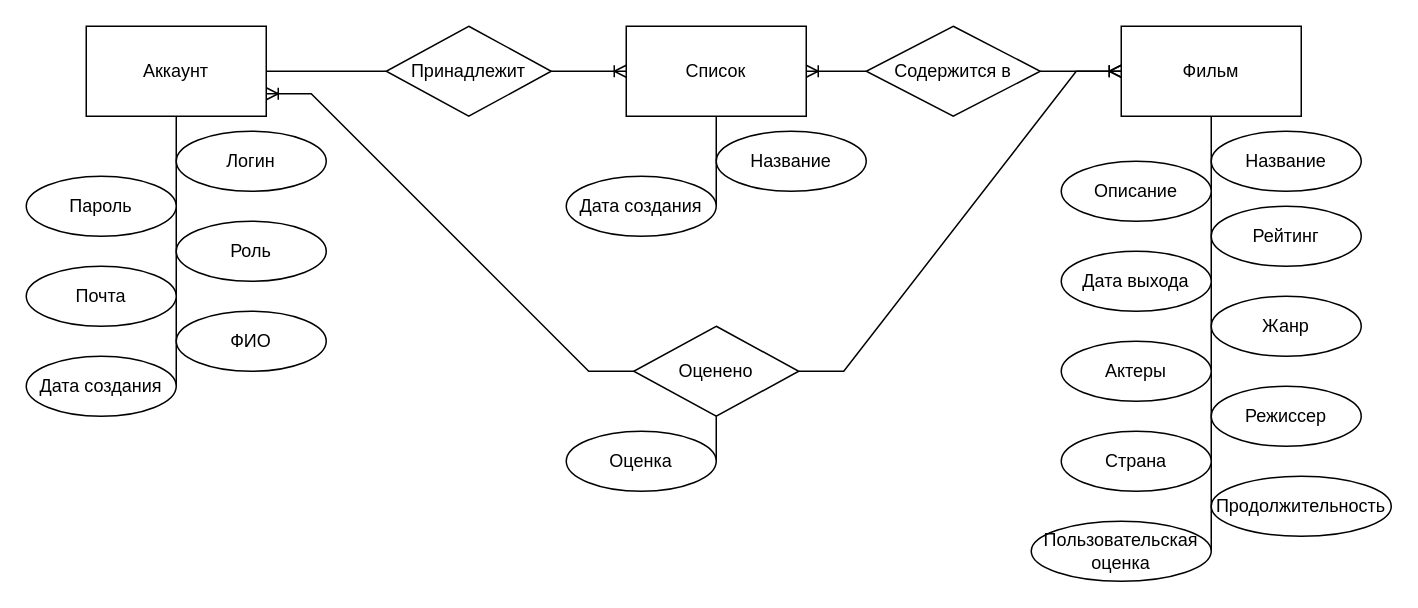
The draw.io diagram docs/img/er.drawio in SerafimKuzmin/sd, before the edit. Source tidied: cells renumbered, new cells numbered last; positions are measured from the earlier drawing's top-left corner, leaving out a move shared by most shapes. Both pictures are drawn from the tidied source at 150%, with x=0, y=0 at pixel (26, 26).
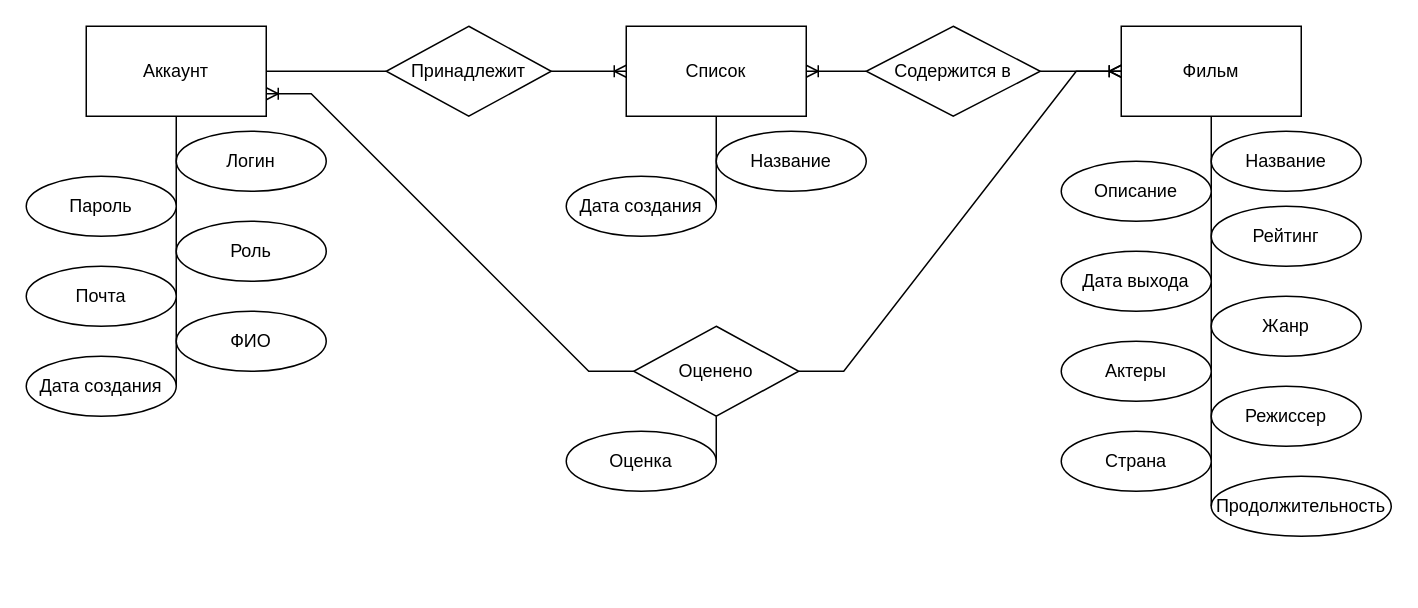
The same diagram, later.

The change refers to these unchanged cells:
```xml
<mxCell id="3" value="Фильм" style="rounded=0;whiteSpace=wrap;html=1;" parent="1" vertex="1">
  <mxGeometry x="730" width="120" height="60" as="geometry" />
</mxCell>
<mxCell id="29" value="Продолжительность" style="ellipse;whiteSpace=wrap;html=1;align=center;" parent="1" vertex="1">
  <mxGeometry x="790" y="300" width="120" height="40" as="geometry" />
</mxCell>
```

The edit, as a diff of the source:
```diff
@@
-    <mxCell id="2" style="rounded=0;jettySize=auto;html=1;exitX=0.5;exitY=1;exitDx=0;exitDy=0;entryX=1;entryY=0.5;entryDx=0;entryDy=0;endArrow=none;endFill=0;" parent="1" edge="1" source="3" target="33">
+    <mxCell id="2" style="rounded=0;jettySize=auto;html=1;exitX=0.5;exitY=1;exitDx=0;exitDy=0;entryX=0;entryY=0.5;entryDx=0;entryDy=0;endArrow=none;endFill=0;" parent="1" edge="1" source="3" target="29">
       <mxGeometry relative="1" as="geometry" />
     </mxCell>
@@
-    <mxCell id="33" value="Пользовательская оценка" style="ellipse;whiteSpace=wrap;html=1;align=center;" parent="1" vertex="1">
-      <mxGeometry x="670" y="330" width="120" height="40" as="geometry" />
-    </mxCell>
```
